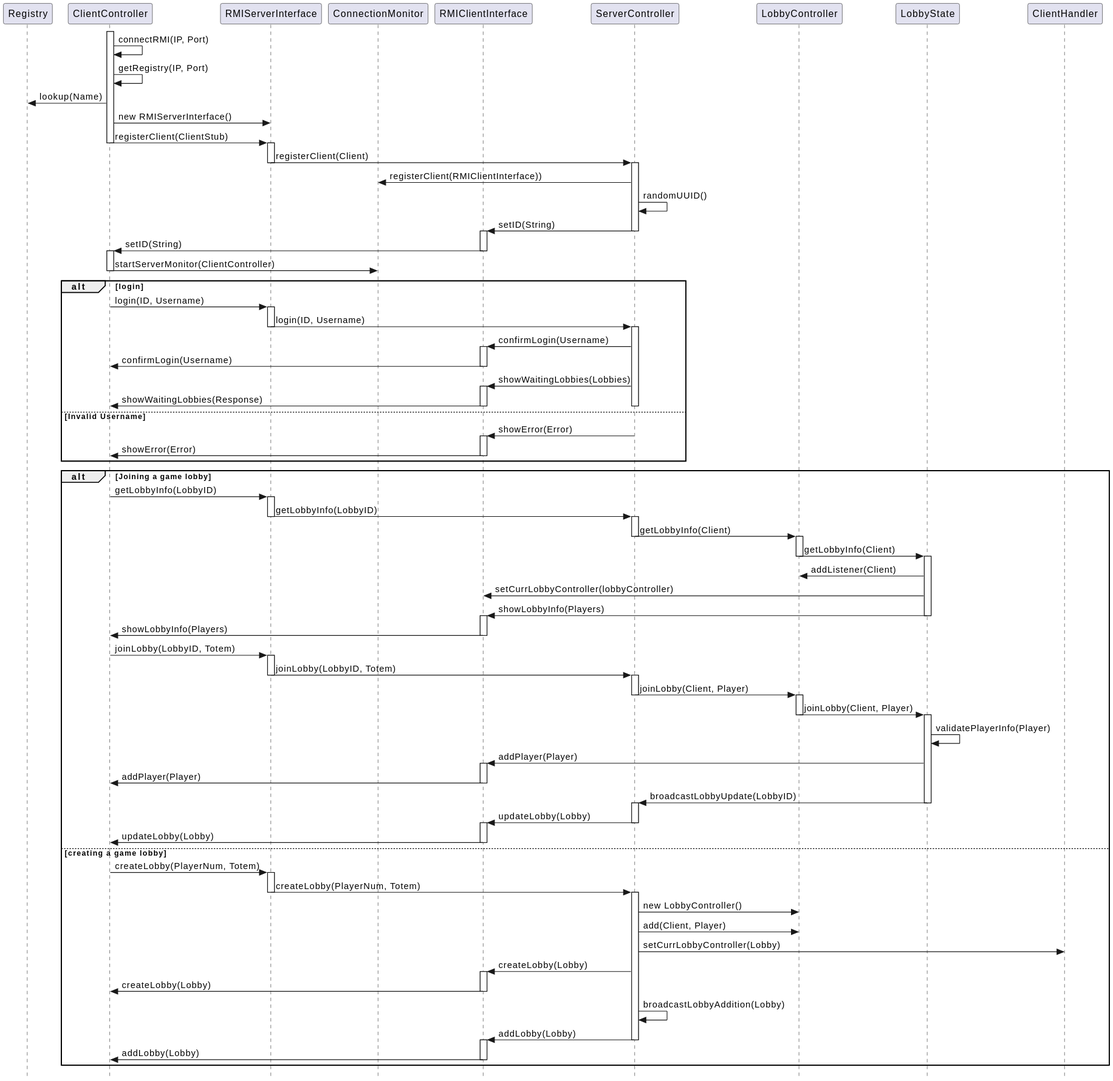
Teiyo22/ing-sw-2026-hu-hu-jin-jin keeps this PlantUML diagram as uml/game_access_rmi.svg. Above is the earlier version. Its diagram source:
```plantuml
@startuml
skinparam style strictuml

participant Registry
participant ClientController
participant RMIServerInterface
participant ConnectionMonitor
participant RMIClientInterface
participant ServerController
participant LobbyController
participant LobbyState

activate ClientController
ClientController -> ClientController : connectRMI(IP, Port)
ClientController -> ClientController: getRegistry(IP, Port)
ClientController -> Registry: lookup(Name)

ClientController-> RMIServerInterface : new RMIServerInterface()
ClientController-> RMIServerInterface : registerClient(ClientStub)
deactivate ClientController

activate RMIServerInterface
RMIServerInterface -> ServerController: registerClient(Client)
deactivate RMIServerInterface

activate ServerController
ServerController -> ConnectionMonitor: registerClient(RMIClientInterface))
ServerController -> ServerController: randomUUID()
ServerController -> RMIClientInterface: setID(String)
deactivate ServerController

activate RMIClientInterface
RMIClientInterface -> ClientController: setID(String)
deactivate RMIClientInterface

activate ClientController
ClientController -> ConnectionMonitor: startServerMonitor(ClientController)
deactivate ClientController

alt login
ClientController -> RMIServerInterface: login(ID, Username)

activate RMIServerInterface
RMIServerInterface -> ServerController: login(ID, Username)
deactivate RMIServerInterface

activate ServerController
ServerController -> RMIClientInterface: confirmLogin(Username)

activate RMIClientInterface
RMIClientInterface -> ClientController: confirmLogin(Username)
deactivate RMIClientInterface

ServerController -> RMIClientInterface: showWaitingLobbies(Lobbies)

activate RMIClientInterface
RMIClientInterface -> ClientController: showWaitingLobbies(Response)
deactivate RMIClientInterface

deactivate ServerController

else Invalid Username

ServerController -> RMIClientInterface: showError(Error)

activate RMIClientInterface
RMIClientInterface -> ClientController: showError(Error)
deactivate RMIClientInterface

end

alt Joining a game lobby
    ClientController -> RMIServerInterface : getLobbyInfo(LobbyID)

    activate RMIServerInterface
    RMIServerInterface -> ServerController: getLobbyInfo(LobbyID)
    deactivate RMIServerInterface

    activate ServerController
    ServerController -> LobbyController: getLobbyInfo(Client)
    deactivate ServerController

    activate LobbyController
    LobbyController -> LobbyState: getLobbyInfo(Client)
    deactivate LobbyController

    activate LobbyState
    LobbyState -> LobbyController : addListener(Client)
    LobbyState -> RMIClientInterface: setCurrLobbyController(lobbyController)
    LobbyState -> RMIClientInterface: showLobbyInfo(Players)
    deactivate LobbyState

    activate RMIClientInterface
    RMIClientInterface -> ClientController: showLobbyInfo(Players)
    deactivate RMIClientInterface

    ClientController -> RMIServerInterface : joinLobby(LobbyID, Totem)

    activate RMIServerInterface
    RMIServerInterface -> ServerController: joinLobby(LobbyID, Totem)
    deactivate RMIServerInterface

    activate ServerController
    ServerController -> LobbyController: joinLobby(Client, Player)
    deactivate ServerController

    activate LobbyController
    LobbyController -> LobbyState: joinLobby(Client, Player)
    deactivate LobbyController

    activate LobbyState
    LobbyState -> LobbyState : validatePlayerInfo(Player)
    LobbyState -> RMIClientInterface: addPlayer(Player)

    activate RMIClientInterface
    RMIClientInterface -> ClientController: addPlayer(Player)
    deactivate RMIClientInterface

    LobbyState -> ServerController: broadcastLobbyUpdate(LobbyID)
    deactivate LobbyState

    activate ServerController
    ServerController -> RMIClientInterface: updateLobby(Lobby)
    deactivate ServerController

    activate RMIClientInterface
    RMIClientInterface -> ClientController: updateLobby(Lobby)
    deactivate RMIClientInterface

else creating a game lobby
    ClientController -> RMIServerInterface : createLobby(PlayerNum, Totem)

    activate RMIServerInterface
    RMIServerInterface -> ServerController: createLobby(PlayerNum, Totem)
    deactivate RMIServerInterface

    activate ServerController
    ServerController -> LobbyController: new LobbyController()
    ServerController -> LobbyController: add(Client, Player)
    ServerController -> ClientHandler: setCurrLobbyController(Lobby)
    ServerController -> RMIClientInterface: createLobby(Lobby)

    activate RMIClientInterface
    RMIClientInterface -> ClientController: createLobby(Lobby)
    deactivate RMIClientInterface

    ServerController -> ServerController : broadcastLobbyAddition(Lobby)
    ServerController -> RMIClientInterface : addLobby(Lobby)
    deactivate ServerController

    activate RMIClientInterface
    RMIClientInterface -> ClientController: addLobby(Lobby)
    deactivate RMIClientInterface
end
@enduml
```
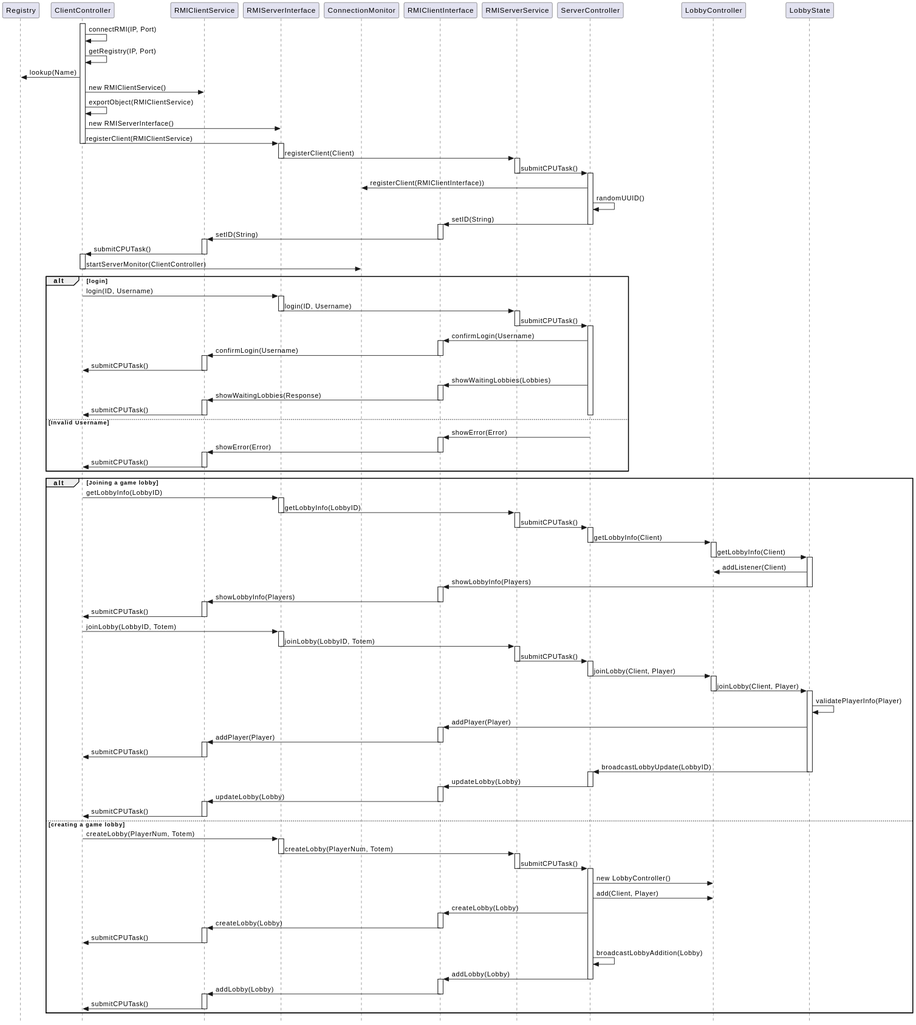
Above is the later version.

What changed in the source:
```diff
@@ -3,9 +3,11 @@
 
 participant Registry
 participant ClientController
+participant RMIClientService
 participant RMIServerInterface
 participant ConnectionMonitor
 participant RMIClientInterface
+participant RMIServerService
 participant ServerController
 participant LobbyController
 participant LobbyState
@@ -15,13 +17,19 @@
 ClientController -> ClientController: getRegistry(IP, Port)
 ClientController -> Registry: lookup(Name)
 
+ClientController-> RMIClientService : new RMIClientService()
+ClientController-> ClientController : exportObject(RMIClientService)
 ClientController-> RMIServerInterface : new RMIServerInterface()
-ClientController-> RMIServerInterface : registerClient(ClientStub)
+ClientController-> RMIServerInterface : registerClient(RMIClientService)
 deactivate ClientController
 
 activate RMIServerInterface
-RMIServerInterface -> ServerController: registerClient(Client)
+RMIServerInterface -> RMIServerService: registerClient(Client)
 deactivate RMIServerInterface
+
+activate RMIServerService
+RMIServerService -> ServerController: submitCPUTask()
+deactivate RMIServerService
 
 activate ServerController
 ServerController -> ConnectionMonitor: registerClient(RMIClientInterface))
@@ -30,8 +38,12 @@
 deactivate ServerController
 
 activate RMIClientInterface
-RMIClientInterface -> ClientController: setID(String)
+RMIClientInterface -> RMIClientService: setID(String)
 deactivate RMIClientInterface
+
+activate RMIClientService
+RMIClientService -> ClientController: submitCPUTask()
+deactivate RMIClientService
 
 activate ClientController
 ClientController -> ConnectionMonitor: startServerMonitor(ClientController)
@@ -41,21 +53,33 @@
 ClientController -> RMIServerInterface: login(ID, Username)
 
 activate RMIServerInterface
-RMIServerInterface -> ServerController: login(ID, Username)
+RMIServerInterface -> RMIServerService: login(ID, Username)
 deactivate RMIServerInterface
+
+activate RMIServerService
+RMIServerService -> ServerController: submitCPUTask()
+deactivate RMIServerService
 
 activate ServerController
 ServerController -> RMIClientInterface: confirmLogin(Username)
 
 activate RMIClientInterface
-RMIClientInterface -> ClientController: confirmLogin(Username)
+RMIClientInterface -> RMIClientService: confirmLogin(Username)
 deactivate RMIClientInterface
+
+activate RMIClientService
+RMIClientService -> ClientController: submitCPUTask()
+deactivate RMIClientService
 
 ServerController -> RMIClientInterface: showWaitingLobbies(Lobbies)
 
 activate RMIClientInterface
-RMIClientInterface -> ClientController: showWaitingLobbies(Response)
+RMIClientInterface -> RMIClientService: showWaitingLobbies(Response)
 deactivate RMIClientInterface
+
+activate RMIClientService
+RMIClientService -> ClientController: submitCPUTask()
+deactivate RMIClientService
 
 deactivate ServerController
 
@@ -64,8 +88,12 @@
 ServerController -> RMIClientInterface: showError(Error)
 
 activate RMIClientInterface
-RMIClientInterface -> ClientController: showError(Error)
+RMIClientInterface -> RMIClientService: showError(Error)
 deactivate RMIClientInterface
+
+activate RMIClientService
+RMIClientService -> ClientController: submitCPUTask()
+deactivate RMIClientService
 
 end
 
@@ -73,8 +101,12 @@
     ClientController -> RMIServerInterface : getLobbyInfo(LobbyID)
 
     activate RMIServerInterface
-    RMIServerInterface -> ServerController: getLobbyInfo(LobbyID)
+    RMIServerInterface -> RMIServerService: getLobbyInfo(LobbyID)
     deactivate RMIServerInterface
+
+    activate RMIServerService
+    RMIServerService -> ServerController: submitCPUTask()
+    deactivate RMIServerService
 
     activate ServerController
     ServerController -> LobbyController: getLobbyInfo(Client)
@@ -86,19 +118,26 @@
 
     activate LobbyState
     LobbyState -> LobbyController : addListener(Client)
-    LobbyState -> RMIClientInterface: setCurrLobbyController(lobbyController)
     LobbyState -> RMIClientInterface: showLobbyInfo(Players)
     deactivate LobbyState
 
     activate RMIClientInterface
-    RMIClientInterface -> ClientController: showLobbyInfo(Players)
+    RMIClientInterface -> RMIClientService: showLobbyInfo(Players)
     deactivate RMIClientInterface
+
+    activate RMIClientService
+    RMIClientService -> ClientController: submitCPUTask()
+    deactivate RMIClientService
 
     ClientController -> RMIServerInterface : joinLobby(LobbyID, Totem)
 
     activate RMIServerInterface
-    RMIServerInterface -> ServerController: joinLobby(LobbyID, Totem)
+    RMIServerInterface -> RMIServerService: joinLobby(LobbyID, Totem)
     deactivate RMIServerInterface
+
+    activate RMIServerService
+    RMIServerService -> ServerController: submitCPUTask()
+    deactivate RMIServerService
 
     activate ServerController
     ServerController -> LobbyController: joinLobby(Client, Player)
@@ -113,8 +152,12 @@
     LobbyState -> RMIClientInterface: addPlayer(Player)
 
     activate RMIClientInterface
-    RMIClientInterface -> ClientController: addPlayer(Player)
+    RMIClientInterface -> RMIClientService: addPlayer(Player)
     deactivate RMIClientInterface
+
+    activate RMIClientService
+    RMIClientService -> ClientController: submitCPUTask()
+    deactivate RMIClientService
 
     LobbyState -> ServerController: broadcastLobbyUpdate(LobbyID)
     deactivate LobbyState
@@ -124,32 +167,47 @@
     deactivate ServerController
 
     activate RMIClientInterface
-    RMIClientInterface -> ClientController: updateLobby(Lobby)
+    RMIClientInterface -> RMIClientService: updateLobby(Lobby)
     deactivate RMIClientInterface
+
+    activate RMIClientService
+    RMIClientService -> ClientController: submitCPUTask()
+    deactivate RMIClientService
 
 else creating a game lobby
     ClientController -> RMIServerInterface : createLobby(PlayerNum, Totem)
 
     activate RMIServerInterface
-    RMIServerInterface -> ServerController: createLobby(PlayerNum, Totem)
+    RMIServerInterface -> RMIServerService: createLobby(PlayerNum, Totem)
     deactivate RMIServerInterface
+
+    activate RMIServerService
+    RMIServerService -> ServerController: submitCPUTask()
+    deactivate RMIServerService
 
     activate ServerController
     ServerController -> LobbyController: new LobbyController()
     ServerController -> LobbyController: add(Client, Player)
-    ServerController -> ClientHandler: setCurrLobbyController(Lobby)
     ServerController -> RMIClientInterface: createLobby(Lobby)
 
     activate RMIClientInterface
-    RMIClientInterface -> ClientController: createLobby(Lobby)
+    RMIClientInterface -> RMIClientService: createLobby(Lobby)
     deactivate RMIClientInterface
+
+    activate RMIClientService
+    RMIClientService -> ClientController: submitCPUTask()
+    deactivate RMIClientService
 
     ServerController -> ServerController : broadcastLobbyAddition(Lobby)
     ServerController -> RMIClientInterface : addLobby(Lobby)
     deactivate ServerController
 
     activate RMIClientInterface
-    RMIClientInterface -> ClientController: addLobby(Lobby)
+    RMIClientInterface -> RMIClientService: addLobby(Lobby)
     deactivate RMIClientInterface
+
+    activate RMIClientService
+    RMIClientService -> ClientController: submitCPUTask()
+    deactivate RMIClientService
 end
 @enduml
```
